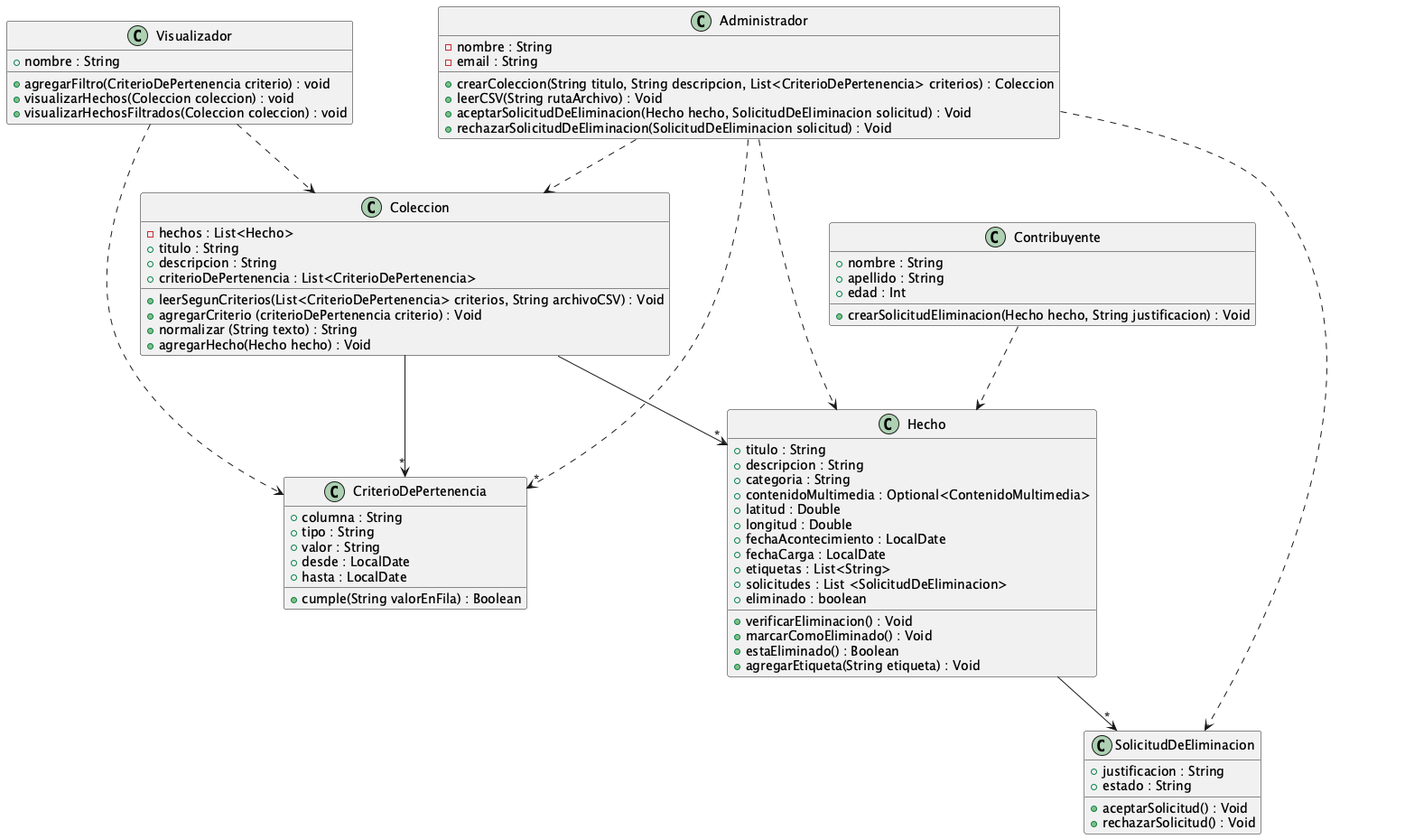
Before: docs/diagrama_clases.png, a diagram exported from PlantUML (totopedroo/metamapa-tpa).
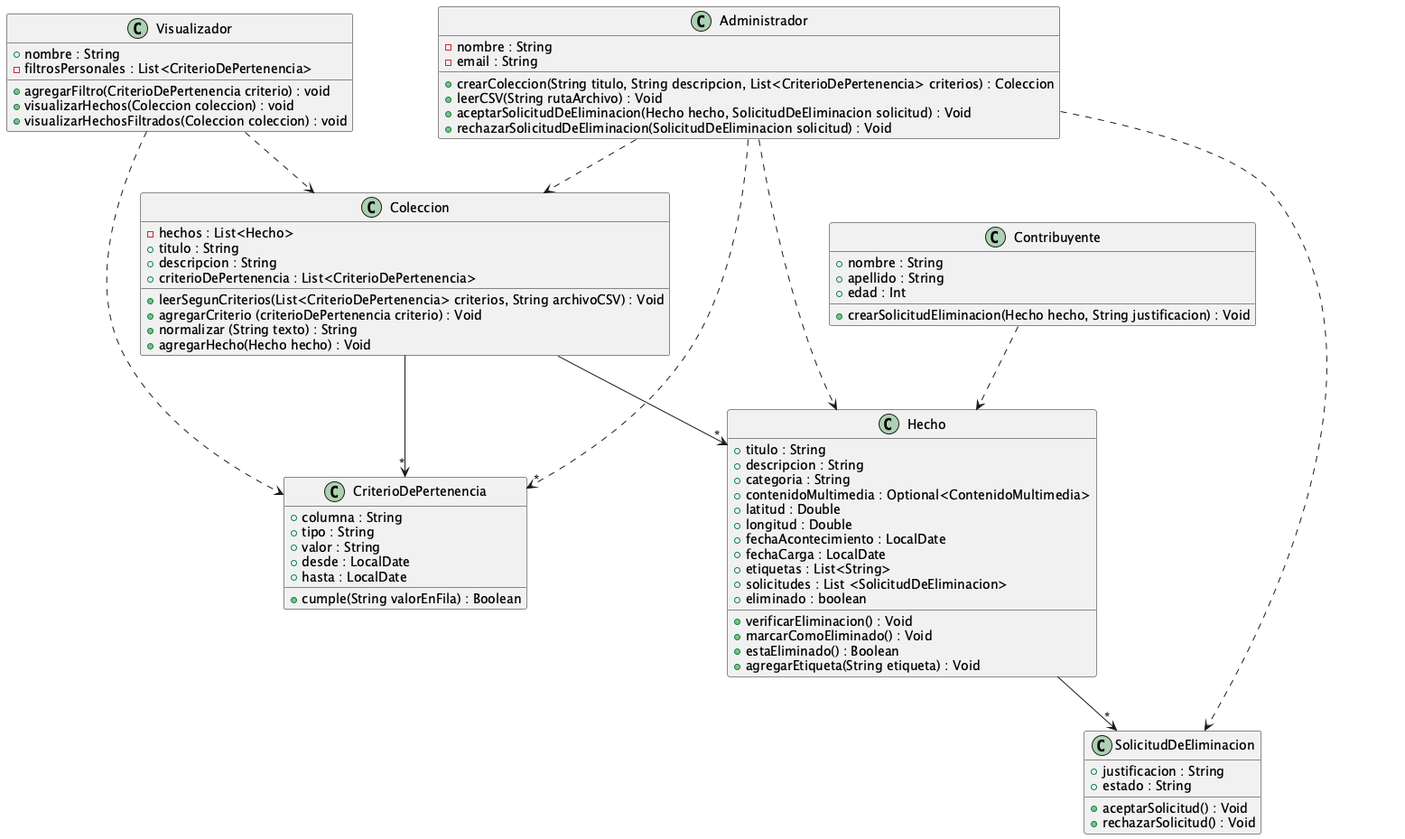
Later version of the same file.

Commit message:
cambio en diagrama

What changed in the source:
```diff
@@ -87,11 +87,10 @@
 
 class Visualizador {
 + nombre : String
+- filtrosPersonales : List<CriterioDePertenencia>
 + agregarFiltro(CriterioDePertenencia criterio) : void
 + visualizarHechos(Coleccion coleccion) : void
 + visualizarHechosFiltrados(Coleccion coleccion) : void
-
-
 }
 
 @enduml
```
